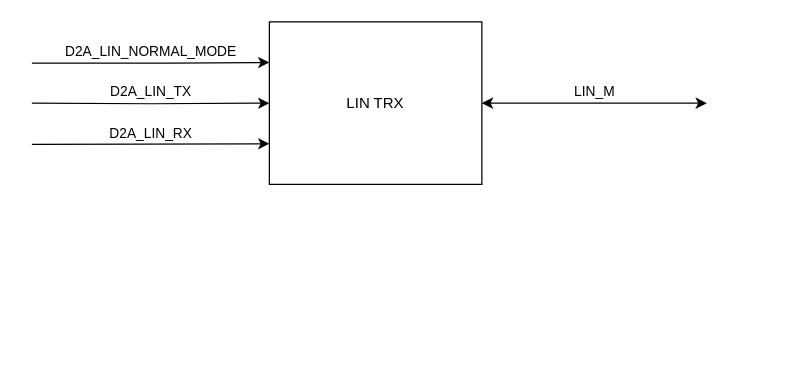
xiongwei0714/drawio keeps this draw.io diagram as electrical/lin_trx_model.drawio. Above is the earlier version. Source tidied: cells renumbered, new cells numbered last; positions are measured from the earlier drawing's top-left corner, leaving out a move shared by most shapes. Both pictures are drawn from the tidied source at 125%, with x=0, y=0 at pixel (31, 21).
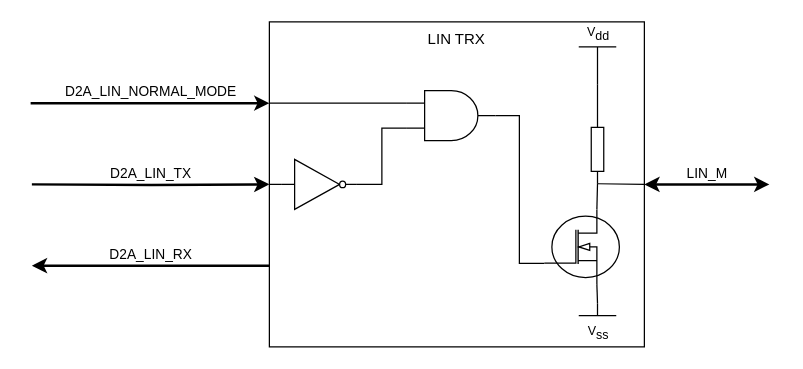
The same page after the edit.

Diff of the diagram source:
```diff
@@
+    <mxCell id="3" value="LIN TRX" style="rounded=0;whiteSpace=wrap;html=1;verticalAlign=top;" parent="1" vertex="1">
+      <mxGeometry x="190" width="300" height="260" as="geometry" />
+    </mxCell>
+    <mxCell id="7" style="edgeStyle=none;rounded=0;jettySize=auto;html=1;exitX=0;exitY=0.25;exitDx=0;exitDy=0;entryX=0;entryY=0.25;entryDx=0;entryDy=0;entryPerimeter=0;endArrow=none;endFill=0;" parent="1" edge="1" source="3" target="10">
+      <mxGeometry relative="1" as="geometry" />
+    </mxCell>
+    <mxCell id="8" style="edgeStyle=orthogonalEdgeStyle;rounded=0;jettySize=auto;html=1;exitX=0;exitY=0.5;exitDx=0;exitDy=0;entryX=0;entryY=0.5;entryDx=0;entryDy=0;entryPerimeter=0;endArrow=none;endFill=0;" parent="1" edge="1" source="3" target="20">
+      <mxGeometry relative="1" as="geometry" />
+    </mxCell>
-    <mxCell id="2" value="D2A_LIN_TX" style="edgeStyle=orthogonalEdgeStyle;rounded=0;jettySize=auto;html=1;entryX=0;entryY=0.5;entryDx=0;entryDy=0;verticalAlign=bottom;" parent="1" edge="1" target="3">
+    <mxCell id="2" value="D2A_LIN_TX" style="edgeStyle=orthogonalEdgeStyle;rounded=0;jettySize=auto;html=1;entryX=0;entryY=0.5;entryDx=0;entryDy=0;verticalAlign=bottom;strokeWidth=2;" parent="1" edge="1" target="3">
       <mxGeometry relative="1" as="geometry">
-        <mxPoint y="65" as="sourcePoint" />
+        <mxPoint y="130" as="sourcePoint" />
       </mxGeometry>
     </mxCell>
-    <mxCell id="3" value="LIN TRX" style="rounded=0;whiteSpace=wrap;html=1;" parent="1" vertex="1">
-      <mxGeometry x="190" width="170" height="130" as="geometry" />
-    </mxCell>
-    <mxCell id="4" value="D2A_LIN_NORMAL_MODE" style="edgeStyle=orthogonalEdgeStyle;rounded=0;jettySize=auto;html=1;entryX=0;entryY=0.25;entryDx=0;entryDy=0;verticalAlign=bottom;" parent="1" edge="1" target="3">
+    <mxCell id="4" value="D2A_LIN_NORMAL_MODE" style="edgeStyle=orthogonalEdgeStyle;rounded=0;jettySize=auto;html=1;entryX=0;entryY=0.25;entryDx=0;entryDy=0;verticalAlign=bottom;strokeWidth=2;" parent="1" edge="1" target="3">
       <mxGeometry relative="1" as="geometry">
-        <mxPoint y="33" as="sourcePoint" />
+        <mxPoint y="66" as="sourcePoint" />
         <Array as="points">
-          <mxPoint x="111" y="33" />
+          <mxPoint y="65" />
         </Array>
       </mxGeometry>
     </mxCell>
-    <mxCell id="5" value="D2A_LIN_RX" style="edgeStyle=orthogonalEdgeStyle;rounded=0;jettySize=auto;html=1;entryX=0;entryY=0.75;entryDx=0;entryDy=0;verticalAlign=bottom;" parent="1" edge="1" target="3">
+    <mxCell id="5" value="D2A_LIN_RX" style="edgeStyle=orthogonalEdgeStyle;rounded=0;jettySize=auto;html=1;entryX=0;entryY=0.75;entryDx=0;entryDy=0;verticalAlign=bottom;startArrow=classic;startFill=1;endArrow=none;endFill=0;strokeWidth=2;" parent="1" edge="1" target="3">
       <mxGeometry relative="1" as="geometry">
-        <mxPoint y="98" as="sourcePoint" />
+        <mxPoint y="195" as="sourcePoint" />
         <Array as="points">
-          <mxPoint y="98" />
-          <mxPoint x="96" y="98" />
+          <mxPoint x="10" y="195" />
         </Array>
       </mxGeometry>
     </mxCell>
-    <mxCell id="6" value="LIN_M" style="edgeStyle=orthogonalEdgeStyle;rounded=0;jettySize=auto;html=1;verticalAlign=bottom;exitX=1;exitY=0.5;exitDx=0;exitDy=0;startArrow=classic;startFill=1;" parent="1" edge="1" source="3">
+    <mxCell id="6" value="LIN_M" style="edgeStyle=orthogonalEdgeStyle;rounded=0;jettySize=auto;html=1;verticalAlign=bottom;exitX=1;exitY=0.5;exitDx=0;exitDy=0;startArrow=classic;startFill=1;strokeWidth=2;" parent="1" edge="1" source="3">
       <mxGeometry relative="1" as="geometry">
-        <mxPoint x="540" y="65" as="targetPoint" />
+        <mxPoint x="590" y="130" as="targetPoint" />
       </mxGeometry>
     </mxCell>
+    <mxCell id="9" style="edgeStyle=orthogonalEdgeStyle;rounded=0;jettySize=auto;html=1;exitX=1;exitY=0.5;exitDx=0;exitDy=0;exitPerimeter=0;entryX=0;entryY=0.72;entryDx=0;entryDy=0;entryPerimeter=0;endArrow=none;endFill=0;" parent="1" edge="1" source="10" target="17">
+      <mxGeometry relative="1" as="geometry">
+        <Array as="points">
+          <mxPoint x="390" y="75" />
+          <mxPoint x="390" y="193" />
+        </Array>
+      </mxGeometry>
+    </mxCell>
+    <mxCell id="10" style="verticalLabelPosition=bottom;shadow=0;dashed=0;align=center;html=1;verticalAlign=top;shape=mxgraph.electrical.logic_gates.logic_gate;operation=and;" parent="1" vertex="1">
+      <mxGeometry x="300" y="55" width="71" height="40" as="geometry" />
+    </mxCell>
+    <mxCell id="11" style="edgeStyle=none;rounded=0;jettySize=auto;html=1;exitX=1;exitY=0.5;exitDx=0;exitDy=0;exitPerimeter=0;entryX=0.7;entryY=0;entryDx=0;entryDy=0;entryPerimeter=0;endArrow=none;endFill=0;" parent="1" edge="1" source="13" target="17">
+      <mxGeometry relative="1" as="geometry" />
+    </mxCell>
+    <mxCell id="12" style="edgeStyle=none;rounded=0;jettySize=auto;html=1;exitX=1;exitY=0.5;exitDx=0;exitDy=0;exitPerimeter=0;entryX=1;entryY=0.5;entryDx=0;entryDy=0;endArrow=none;endFill=0;" parent="1" edge="1" source="13" target="3">
+      <mxGeometry relative="1" as="geometry" />
+    </mxCell>
+    <mxCell id="13" style="verticalLabelPosition=bottom;shadow=0;dashed=0;align=center;html=1;verticalAlign=top;shape=mxgraph.electrical.resistors.resistor_1;rotation=90;" parent="1" vertex="1">
+      <mxGeometry x="425" y="97" width="55" height="10" as="geometry" />
+    </mxCell>
+    <mxCell id="14" style="edgeStyle=orthogonalEdgeStyle;rounded=0;jettySize=auto;html=1;exitX=0.5;exitY=0;exitDx=0;exitDy=0;exitPerimeter=0;entryX=0;entryY=0.5;entryDx=0;entryDy=0;entryPerimeter=0;endArrow=none;endFill=0;" parent="1" edge="1" source="15" target="13">
+      <mxGeometry relative="1" as="geometry" />
+    </mxCell>
+    <mxCell id="15" value="V&lt;sub style=&quot;font-size: 10px;&quot;&gt;dd&lt;/sub&gt;" style="verticalLabelPosition=top;verticalAlign=bottom;shape=mxgraph.electrical.signal_sources.vdd;shadow=0;dashed=0;align=center;strokeWidth=1;fontSize=10;html=1;flipV=1;" parent="1" vertex="1">
+      <mxGeometry x="437.5" y="20" width="30" height="30" as="geometry" />
+    </mxCell>
+    <mxCell id="16" style="edgeStyle=none;rounded=0;jettySize=auto;html=1;exitX=0.7;exitY=1;exitDx=0;exitDy=0;exitPerimeter=0;entryX=0.5;entryY=1;entryDx=0;entryDy=0;entryPerimeter=0;endArrow=none;endFill=0;" parent="1" edge="1" source="17" target="18">
+      <mxGeometry relative="1" as="geometry" />
+    </mxCell>
+    <mxCell id="17" style="verticalLabelPosition=bottom;shadow=0;dashed=0;align=center;html=1;verticalAlign=top;shape=mxgraph.electrical.mosfets1.n-channel_mosfet_1;" parent="1" vertex="1">
+      <mxGeometry x="410" y="150" width="60" height="60" as="geometry" />
+    </mxCell>
+    <mxCell id="18" value="V&lt;sub style=&quot;font-size: 10px;&quot;&gt;ss&lt;/sub&gt;" style="verticalLabelPosition=bottom;shadow=0;dashed=0;align=center;html=1;verticalAlign=top;shape=mxgraph.electrical.signal_sources.vss2;fontSize=10;flipV=1;" parent="1" vertex="1">
+      <mxGeometry x="437.5" y="225" width="30" height="10" as="geometry" />
+    </mxCell>
+    <mxCell id="19" style="edgeStyle=orthogonalEdgeStyle;rounded=0;jettySize=auto;html=1;exitX=1;exitY=0.5;exitDx=0;exitDy=0;exitPerimeter=0;entryX=0;entryY=0.75;entryDx=0;entryDy=0;entryPerimeter=0;endArrow=none;endFill=0;" parent="1" edge="1" source="20" target="10">
+      <mxGeometry relative="1" as="geometry" />
+    </mxCell>
+    <mxCell id="20" style="verticalLabelPosition=bottom;shadow=0;dashed=0;align=center;html=1;verticalAlign=top;shape=mxgraph.electrical.logic_gates.inverter_2;" parent="1" vertex="1">
+      <mxGeometry x="200" y="110" width="60" height="40" as="geometry" />
+    </mxCell>
```
